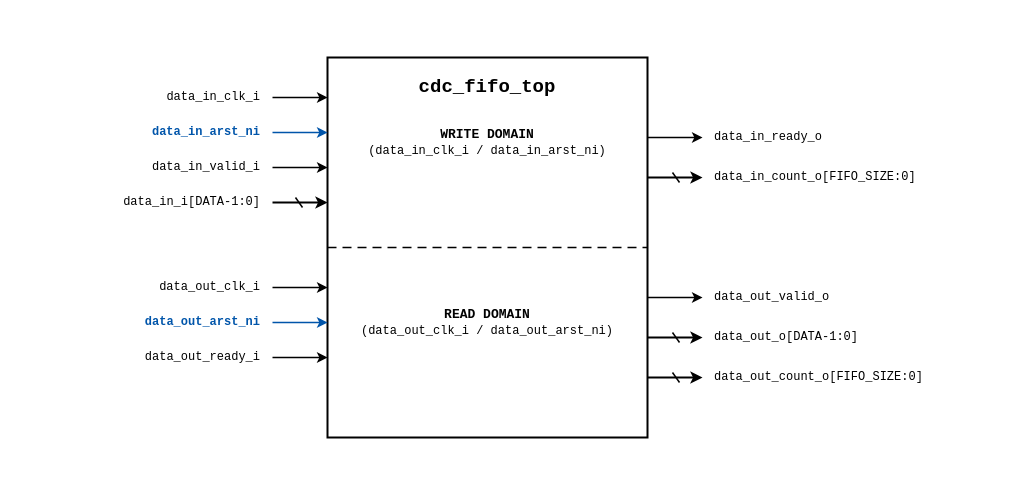
The draw.io diagram documents/cdc_fifo_pinout.drawio in shantanu-paul/Intern_practise, before the edit. Source tidied: cells renumbered, new cells numbered last; positions are measured from the earlier drawing's top-left corner, leaving out a move shared by most shapes. Both pictures are drawn from the tidied source at 100%, with x=0, y=0 at pixel (17, 17).
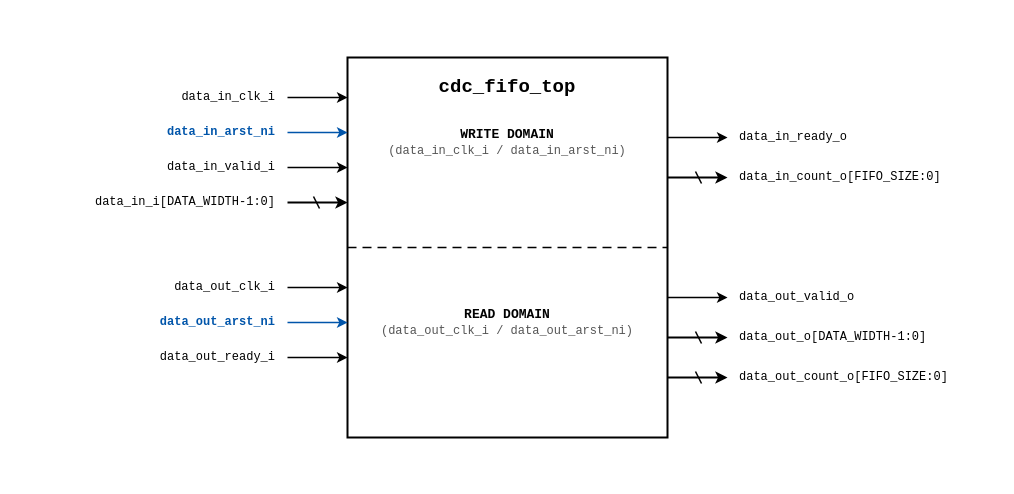
The same page after the edit.

Commit message (it also covers changes not shown here):
fix: replace broken KaTeX math syntax with clean SystemVerilog blocks in markdown and fix pinout svg clipping

Diff of the diagram source:
```diff
@@
     <mxCell id="2" style="rounded=0;whiteSpace=wrap;html=1;fillColor=#FFFFFF;strokeColor=none;" parent="1" vertex="1">
-      <mxGeometry width="940" height="460" as="geometry" />
+      <mxGeometry width="980" height="460" as="geometry" />
     </mxCell>
     <mxCell id="3" style="rounded=0;whiteSpace=wrap;html=1;strokeColor=#000000;strokeWidth=2;fillColor=#FFFFFF;" parent="1" vertex="1">
-      <mxGeometry x="310" y="40" width="320" height="380" as="geometry" />
+      <mxGeometry x="330" y="40" width="320" height="380" as="geometry" />
     </mxCell>
     <mxCell id="4" value="&lt;b&gt;cdc_fifo_top&lt;/b&gt;" style="text;html=1;strokeColor=none;fillColor=none;align=center;verticalAlign=middle;whiteSpace=wrap;rounded=0;fontFamily=Courier New;fontSize=19;fontColor=#000000;" parent="1" vertex="1">
-      <mxGeometry x="310" y="55" width="320" height="30" as="geometry" />
+      <mxGeometry x="330" y="55" width="320" height="30" as="geometry" />
     </mxCell>
     <mxCell id="5" style="endArrow=none;dashed=1;html=1;dashPattern=6 4;strokeColor=#000000;strokeWidth=1.5;" parent="1" edge="1">
       <mxGeometry relative="1" as="geometry">
-        <mxPoint x="310" y="230" as="sourcePoint" />
-        <mxPoint x="630" y="230" as="targetPoint" />
+        <mxPoint x="330" y="230" as="sourcePoint" />
+        <mxPoint x="650" y="230" as="targetPoint" />
       </mxGeometry>
     </mxCell>
-    <mxCell id="6" value="&lt;b&gt;WRITE DOMAIN&lt;/b&gt;&lt;br&gt;&lt;font style=&quot;font-size: 12px;&quot;&gt;(data_in_clk_i / data_in_arst_ni)&lt;/font&gt;" style="text;html=1;strokeColor=none;fillColor=none;align=center;verticalAlign=middle;whiteSpace=wrap;rounded=0;fontFamily=Courier New;fontSize=13;fontColor=#000000;" parent="1" vertex="1">
-      <mxGeometry x="310" y="105" width="320" height="40" as="geometry" />
+    <mxCell id="6" value="&lt;b&gt;WRITE DOMAIN&lt;/b&gt;&lt;br&gt;&lt;font style=&quot;font-size: 12px; color: #555555;&quot;&gt;(data_in_clk_i / data_in_arst_ni)&lt;/font&gt;" style="text;html=1;strokeColor=none;fillColor=none;align=center;verticalAlign=middle;whiteSpace=wrap;rounded=0;fontFamily=Courier New;fontSize=13;fontColor=#000000;" parent="1" vertex="1">
+      <mxGeometry x="330" y="105" width="320" height="40" as="geometry" />
     </mxCell>
-    <mxCell id="7" value="&lt;b&gt;READ DOMAIN&lt;/b&gt;&lt;br&gt;&lt;font style=&quot;font-size: 12px;&quot;&gt;(data_out_clk_i / data_out_arst_ni)&lt;/font&gt;" style="text;html=1;strokeColor=none;fillColor=none;align=center;verticalAlign=middle;whiteSpace=wrap;rounded=0;fontFamily=Courier New;fontSize=13;fontColor=#000000;" parent="1" vertex="1">
-      <mxGeometry x="310" y="285" width="320" height="40" as="geometry" />
+    <mxCell id="7" value="&lt;b&gt;READ DOMAIN&lt;/b&gt;&lt;br&gt;&lt;font style=&quot;font-size: 12px; color: #555555;&quot;&gt;(data_out_clk_i / data_out_arst_ni)&lt;/font&gt;" style="text;html=1;strokeColor=none;fillColor=none;align=center;verticalAlign=middle;whiteSpace=wrap;rounded=0;fontFamily=Courier New;fontSize=13;fontColor=#000000;" parent="1" vertex="1">
+      <mxGeometry x="330" y="285" width="320" height="40" as="geometry" />
     </mxCell>
     <mxCell id="8" value="data_in_clk_i" style="text;html=1;strokeColor=none;fillColor=none;align=right;verticalAlign=middle;whiteSpace=wrap;rounded=0;fontFamily=Courier New;fontSize=12;fontColor=#000000;" parent="1" vertex="1">
-      <mxGeometry x="60" y="65" width="185" height="30" as="geometry" />
+      <mxGeometry x="30" y="65" width="230" height="30" as="geometry" />
     </mxCell>
     <mxCell id="9" style="endArrow=classic;html=1;strokeColor=#000000;strokeWidth=1.5;endFill=1;" parent="1" edge="1">
       <mxGeometry relative="1" as="geometry">
-        <mxPoint x="255" y="80" as="sourcePoint" />
-        <mxPoint x="310" y="80" as="targetPoint" />
+        <mxPoint x="270" y="80" as="sourcePoint" />
+        <mxPoint x="330" y="80" as="targetPoint" />
       </mxGeometry>
     </mxCell>
     <mxCell id="10" value="&lt;b&gt;data_in_arst_ni&lt;/b&gt;" style="text;html=1;strokeColor=none;fillColor=none;align=right;verticalAlign=middle;whiteSpace=wrap;rounded=0;fontFamily=Courier New;fontSize=12;fontColor=#0055AA;" parent="1" vertex="1">
-      <mxGeometry x="60" y="100" width="185" height="30" as="geometry" />
+      <mxGeometry x="30" y="100" width="230" height="30" as="geometry" />
     </mxCell>
     <mxCell id="11" style="endArrow=classic;html=1;strokeColor=#0055AA;strokeWidth=1.5;endFill=1;" parent="1" edge="1">
       <mxGeometry relative="1" as="geometry">
-        <mxPoint x="255" y="115" as="sourcePoint" />
-        <mxPoint x="310" y="115" as="targetPoint" />
+        <mxPoint x="270" y="115" as="sourcePoint" />
+        <mxPoint x="330" y="115" as="targetPoint" />
       </mxGeometry>
     </mxCell>
     <mxCell id="12" value="data_in_valid_i" style="text;html=1;strokeColor=none;fillColor=none;align=right;verticalAlign=middle;whiteSpace=wrap;rounded=0;fontFamily=Courier New;fontSize=12;fontColor=#000000;" parent="1" vertex="1">
-      <mxGeometry x="60" y="135" width="185" height="30" as="geometry" />
+      <mxGeometry x="30" y="135" width="230" height="30" as="geometry" />
     </mxCell>
     <mxCell id="13" style="endArrow=classic;html=1;strokeColor=#000000;strokeWidth=1.5;endFill=1;" parent="1" edge="1">
       <mxGeometry relative="1" as="geometry">
-        <mxPoint x="255" y="150" as="sourcePoint" />
-        <mxPoint x="310" y="150" as="targetPoint" />
+        <mxPoint x="270" y="150" as="sourcePoint" />
+        <mxPoint x="330" y="150" as="targetPoint" />
       </mxGeometry>
     </mxCell>
-    <mxCell id="14" value="data_in_i[DATA-1:0]" style="text;html=1;strokeColor=none;fillColor=none;align=right;verticalAlign=middle;whiteSpace=wrap;rounded=0;fontFamily=Courier New;fontSize=12;fontColor=#000000;" parent="1" vertex="1">
-      <mxGeometry x="60" y="170" width="185" height="30" as="geometry" />
+    <mxCell id="14" value="data_in_i[DATA_WIDTH-1:0]" style="text;html=1;strokeColor=none;fillColor=none;align=right;verticalAlign=middle;whiteSpace=wrap;rounded=0;fontFamily=Courier New;fontSize=12;fontColor=#000000;" parent="1" vertex="1">
+      <mxGeometry x="30" y="170" width="230" height="30" as="geometry" />
     </mxCell>
     <mxCell id="15" style="endArrow=classic;html=1;strokeColor=#000000;strokeWidth=2;endFill=1;" parent="1" edge="1">
       <mxGeometry relative="1" as="geometry">
-        <mxPoint x="255" y="185" as="sourcePoint" />
-        <mxPoint x="310" y="185" as="targetPoint" />
+        <mxPoint x="270" y="185" as="sourcePoint" />
+        <mxPoint x="330" y="185" as="targetPoint" />
       </mxGeometry>
     </mxCell>
     <mxCell id="16" style="endArrow=none;html=1;strokeColor=#000000;strokeWidth=1.5;" parent="1" edge="1">
       <mxGeometry relative="1" as="geometry">
-        <mxPoint x="278" y="180" as="sourcePoint" />
-        <mxPoint x="285" y="190" as="targetPoint" />
+        <mxPoint x="296" y="179" as="sourcePoint" />
+        <mxPoint x="302" y="191" as="targetPoint" />
       </mxGeometry>
     </mxCell>
     <mxCell id="17" style="endArrow=classic;html=1;strokeColor=#000000;strokeWidth=1.5;endFill=1;" parent="1" edge="1">
       <mxGeometry relative="1" as="geometry">
-        <mxPoint x="630" y="120" as="sourcePoint" />
-        <mxPoint x="685" y="120" as="targetPoint" />
+        <mxPoint x="650" y="120" as="sourcePoint" />
+        <mxPoint x="710" y="120" as="targetPoint" />
       </mxGeometry>
     </mxCell>
     <mxCell id="18" value="data_in_ready_o" style="text;html=1;strokeColor=none;fillColor=none;align=left;verticalAlign=middle;whiteSpace=wrap;rounded=0;fontFamily=Courier New;fontSize=12;fontColor=#000000;" parent="1" vertex="1">
-      <mxGeometry x="695" y="105" width="230" height="30" as="geometry" />
+      <mxGeometry x="720" y="105" width="250" height="30" as="geometry" />
     </mxCell>
     <mxCell id="19" style="endArrow=classic;html=1;strokeColor=#000000;strokeWidth=2;endFill=1;" parent="1" edge="1">
       <mxGeometry relative="1" as="geometry">
-        <mxPoint x="630" y="160" as="sourcePoint" />
-        <mxPoint x="685" y="160" as="targetPoint" />
+        <mxPoint x="650" y="160" as="sourcePoint" />
+        <mxPoint x="710" y="160" as="targetPoint" />
       </mxGeometry>
     </mxCell>
     <mxCell id="20" style="endArrow=none;html=1;strokeColor=#000000;strokeWidth=1.5;" parent="1" edge="1">
       <mxGeometry relative="1" as="geometry">
-        <mxPoint x="655" y="155" as="sourcePoint" />
-        <mxPoint x="662" y="165" as="targetPoint" />
+        <mxPoint x="678" y="154" as="sourcePoint" />
+        <mxPoint x="684" y="166" as="targetPoint" />
       </mxGeometry>
     </mxCell>
     <mxCell id="21" value="data_in_count_o[FIFO_SIZE:0]" style="text;html=1;strokeColor=none;fillColor=none;align=left;verticalAlign=middle;whiteSpace=wrap;rounded=0;fontFamily=Courier New;fontSize=12;fontColor=#000000;" parent="1" vertex="1">
-      <mxGeometry x="695" y="145" width="230" height="30" as="geometry" />
+      <mxGeometry x="720" y="145" width="250" height="30" as="geometry" />
     </mxCell>
     <mxCell id="22" value="data_out_clk_i" style="text;html=1;strokeColor=none;fillColor=none;align=right;verticalAlign=middle;whiteSpace=wrap;rounded=0;fontFamily=Courier New;fontSize=12;fontColor=#000000;" parent="1" vertex="1">
-      <mxGeometry x="60" y="255" width="185" height="30" as="geometry" />
+      <mxGeometry x="30" y="255" width="230" height="30" as="geometry" />
     </mxCell>
     <mxCell id="23" style="endArrow=classic;html=1;strokeColor=#000000;strokeWidth=1.5;endFill=1;" parent="1" edge="1">
       <mxGeometry relative="1" as="geometry">
-        <mxPoint x="255" y="270" as="sourcePoint" />
-        <mxPoint x="310" y="270" as="targetPoint" />
+        <mxPoint x="270" y="270" as="sourcePoint" />
+        <mxPoint x="330" y="270" as="targetPoint" />
       </mxGeometry>
     </mxCell>
     <mxCell id="24" value="&lt;b&gt;data_out_arst_ni&lt;/b&gt;" style="text;html=1;strokeColor=none;fillColor=none;align=right;verticalAlign=middle;whiteSpace=wrap;rounded=0;fontFamily=Courier New;fontSize=12;fontColor=#0055AA;" parent="1" vertex="1">
-      <mxGeometry x="60" y="290" width="185" height="30" as="geometry" />
+      <mxGeometry x="30" y="290" width="230" height="30" as="geometry" />
     </mxCell>
     <mxCell id="25" style="endArrow=classic;html=1;strokeColor=#0055AA;strokeWidth=1.5;endFill=1;" parent="1" edge="1">
       <mxGeometry relative="1" as="geometry">
-        <mxPoint x="255" y="305" as="sourcePoint" />
-        <mxPoint x="310" y="305" as="targetPoint" />
+        <mxPoint x="270" y="305" as="sourcePoint" />
+        <mxPoint x="330" y="305" as="targetPoint" />
       </mxGeometry>
     </mxCell>
     <mxCell id="26" value="data_out_ready_i" style="text;html=1;strokeColor=none;fillColor=none;align=right;verticalAlign=middle;whiteSpace=wrap;rounded=0;fontFamily=Courier New;fontSize=12;fontColor=#000000;" parent="1" vertex="1">
-      <mxGeometry x="60" y="325" width="185" height="30" as="geometry" />
+      <mxGeometry x="30" y="325" width="230" height="30" as="geometry" />
     </mxCell>
     <mxCell id="27" style="endArrow=classic;html=1;strokeColor=#000000;strokeWidth=1.5;endFill=1;" parent="1" edge="1">
       <mxGeometry relative="1" as="geometry">
-        <mxPoint x="255" y="340" as="sourcePoint" />
-        <mxPoint x="310" y="340" as="targetPoint" />
+        <mxPoint x="270" y="340" as="sourcePoint" />
+        <mxPoint x="330" y="340" as="targetPoint" />
       </mxGeometry>
     </mxCell>
     <mxCell id="28" style="endArrow=classic;html=1;strokeColor=#000000;strokeWidth=1.5;endFill=1;" parent="1" edge="1">
       <mxGeometry relative="1" as="geometry">
-        <mxPoint x="630" y="280" as="sourcePoint" />
-        <mxPoint x="685" y="280" as="targetPoint" />
+        <mxPoint x="650" y="280" as="sourcePoint" />
+        <mxPoint x="710" y="280" as="targetPoint" />
       </mxGeometry>
     </mxCell>
     <mxCell id="29" value="data_out_valid_o" style="text;html=1;strokeColor=none;fillColor=none;align=left;verticalAlign=middle;whiteSpace=wrap;rounded=0;fontFamily=Courier New;fontSize=12;fontColor=#000000;" parent="1" vertex="1">
-      <mxGeometry x="695" y="265" width="230" height="30" as="geometry" />
+      <mxGeometry x="720" y="265" width="250" height="30" as="geometry" />
     </mxCell>
     <mxCell id="30" style="endArrow=classic;html=1;strokeColor=#000000;strokeWidth=2;endFill=1;" parent="1" edge="1">
       <mxGeometry relative="1" as="geometry">
-        <mxPoint x="630" y="320" as="sourcePoint" />
-        <mxPoint x="685" y="320" as="targetPoint" />
+        <mxPoint x="650" y="320" as="sourcePoint" />
+        <mxPoint x="710" y="320" as="targetPoint" />
       </mxGeometry>
     </mxCell>
     <mxCell id="31" style="endArrow=none;html=1;strokeColor=#000000;strokeWidth=1.5;" parent="1" edge="1">
       <mxGeometry relative="1" as="geometry">
-        <mxPoint x="655" y="315" as="sourcePoint" />
-        <mxPoint x="662" y="325" as="targetPoint" />
+        <mxPoint x="678" y="314" as="sourcePoint" />
+        <mxPoint x="684" y="326" as="targetPoint" />
       </mxGeometry>
     </mxCell>
-    <mxCell id="32" value="data_out_o[DATA-1:0]" style="text;html=1;strokeColor=none;fillColor=none;align=left;verticalAlign=middle;whiteSpace=wrap;rounded=0;fontFamily=Courier New;fontSize=12;fontColor=#000000;" parent="1" vertex="1">
-      <mxGeometry x="695" y="305" width="230" height="30" as="geometry" />
+    <mxCell id="32" value="data_out_o[DATA_WIDTH-1:0]" style="text;html=1;strokeColor=none;fillColor=none;align=left;verticalAlign=middle;whiteSpace=wrap;rounded=0;fontFamily=Courier New;fontSize=12;fontColor=#000000;" parent="1" vertex="1">
+      <mxGeometry x="720" y="305" width="250" height="30" as="geometry" />
     </mxCell>
     <mxCell id="33" style="endArrow=classic;html=1;strokeColor=#000000;strokeWidth=2;endFill=1;" parent="1" edge="1">
       <mxGeometry relative="1" as="geometry">
-        <mxPoint x="630" y="360" as="sourcePoint" />
-        <mxPoint x="685" y="360" as="targetPoint" />
+        <mxPoint x="650" y="360" as="sourcePoint" />
+        <mxPoint x="710" y="360" as="targetPoint" />
       </mxGeometry>
     </mxCell>
     <mxCell id="34" style="endArrow=none;html=1;strokeColor=#000000;strokeWidth=1.5;" parent="1" edge="1">
       <mxGeometry relative="1" as="geometry">
-        <mxPoint x="655" y="355" as="sourcePoint" />
-        <mxPoint x="662" y="365" as="targetPoint" />
+        <mxPoint x="678" y="354" as="sourcePoint" />
+        <mxPoint x="684" y="366" as="targetPoint" />
       </mxGeometry>
     </mxCell>
     <mxCell id="35" value="data_out_count_o[FIFO_SIZE:0]" style="text;html=1;strokeColor=none;fillColor=none;align=left;verticalAlign=middle;whiteSpace=wrap;rounded=0;fontFamily=Courier New;fontSize=12;fontColor=#000000;" parent="1" vertex="1">
-      <mxGeometry x="695" y="345" width="230" height="30" as="geometry" />
+      <mxGeometry x="720" y="345" width="250" height="30" as="geometry" />
     </mxCell>
```
